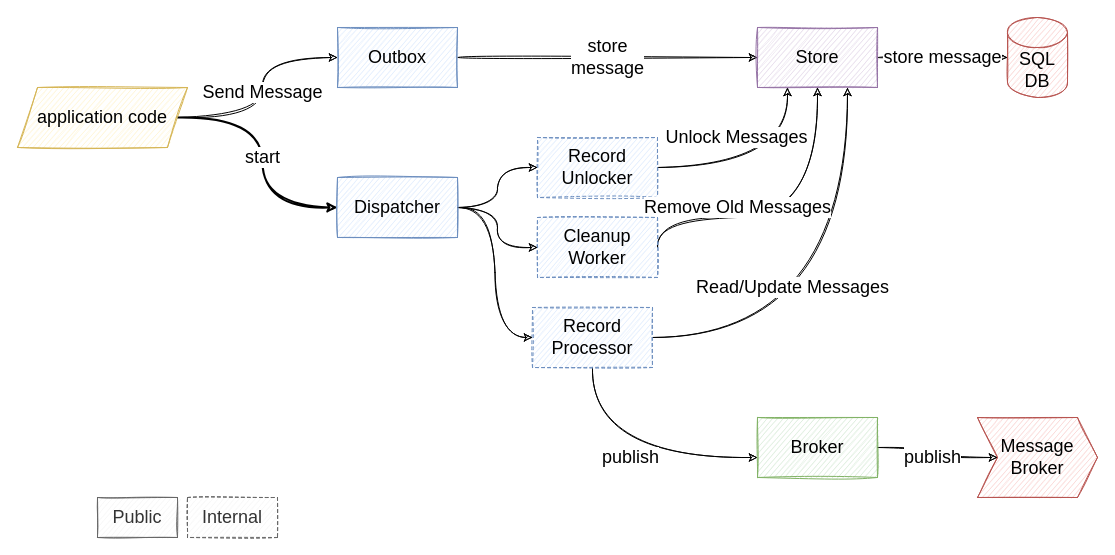
Earlier version of the draw.io diagram page "Core-Components" (1 of 2) of assets/diagrams/outbox-implementation.drawio (pkritiotis/pkritiotis.github.io). Source tidied: cells renumbered, new cells numbered last; positions are measured from the earlier drawing's top-left corner, leaving out a move shared by most shapes. Both pictures are drawn from the tidied source at 100%, with x=0, y=0 at pixel (17, 17).
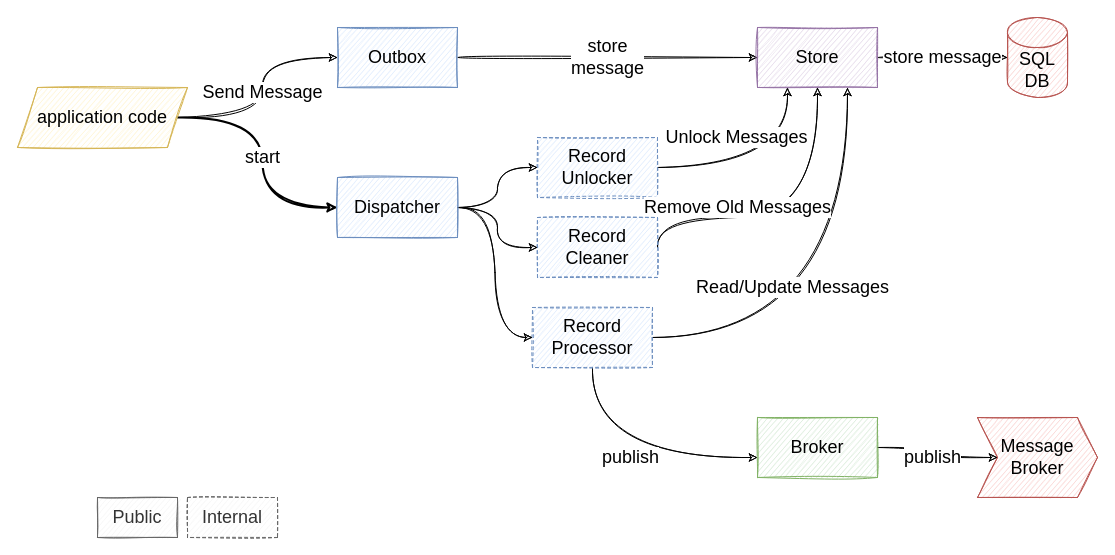
Above is the later version.

Diff of the diagram source:
```diff
@@
-    <mxCell id="14" value="Cleanup Worker" style="rounded=0;whiteSpace=wrap;html=1;sketch=1;fillColor=#dae8fc;strokeColor=#6c8ebf;fontFamily=Kalam;fontSize=18;dashed=1;" parent="1" vertex="1">
+    <mxCell id="14" value="Record Cleaner" style="rounded=0;whiteSpace=wrap;html=1;sketch=1;fillColor=#dae8fc;strokeColor=#6c8ebf;fontFamily=Kalam;fontSize=18;dashed=1;" parent="1" vertex="1">
       <mxGeometry x="520" y="200" width="120" height="60" as="geometry" />
     </mxCell>
```
